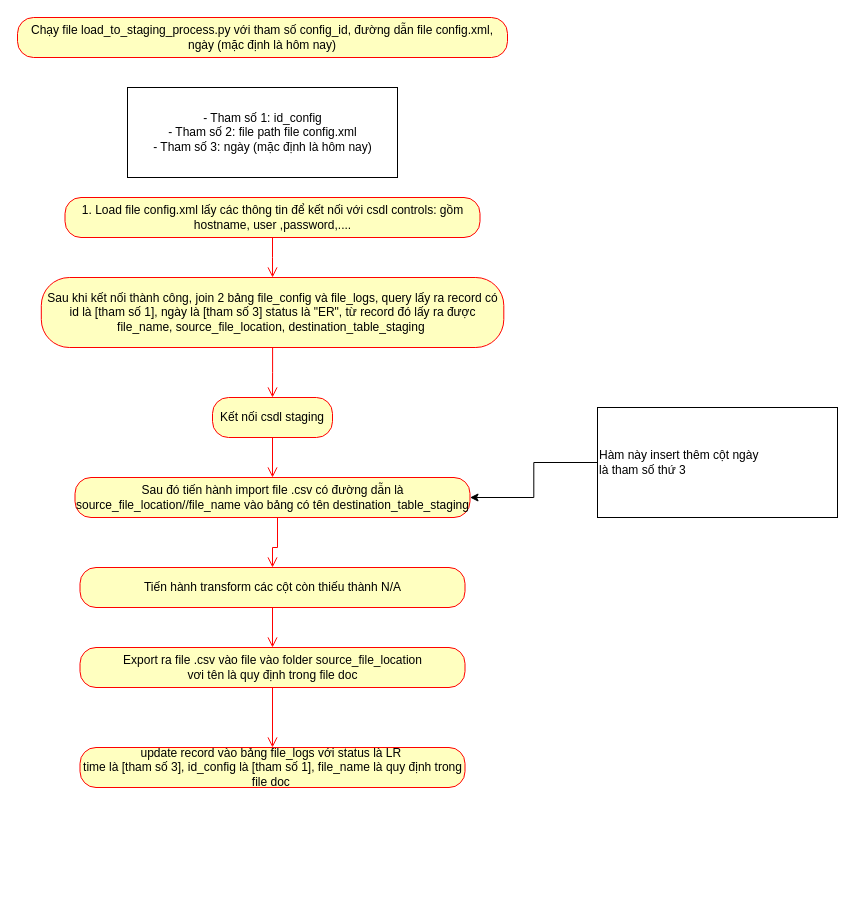
Earlier version of the draw.io diagram page "Load to staging" (3 of 5) of architecture.drawio (million-dollar-dev/nlu-data-warehouse_project). Source tidied: cells renumbered, new cells numbered last; positions are measured from the earlier drawing's top-left corner, leaving out a move shared by most shapes. Both pictures are drawn from the tidied source at 100%, with x=0, y=0 at pixel (17, 17).
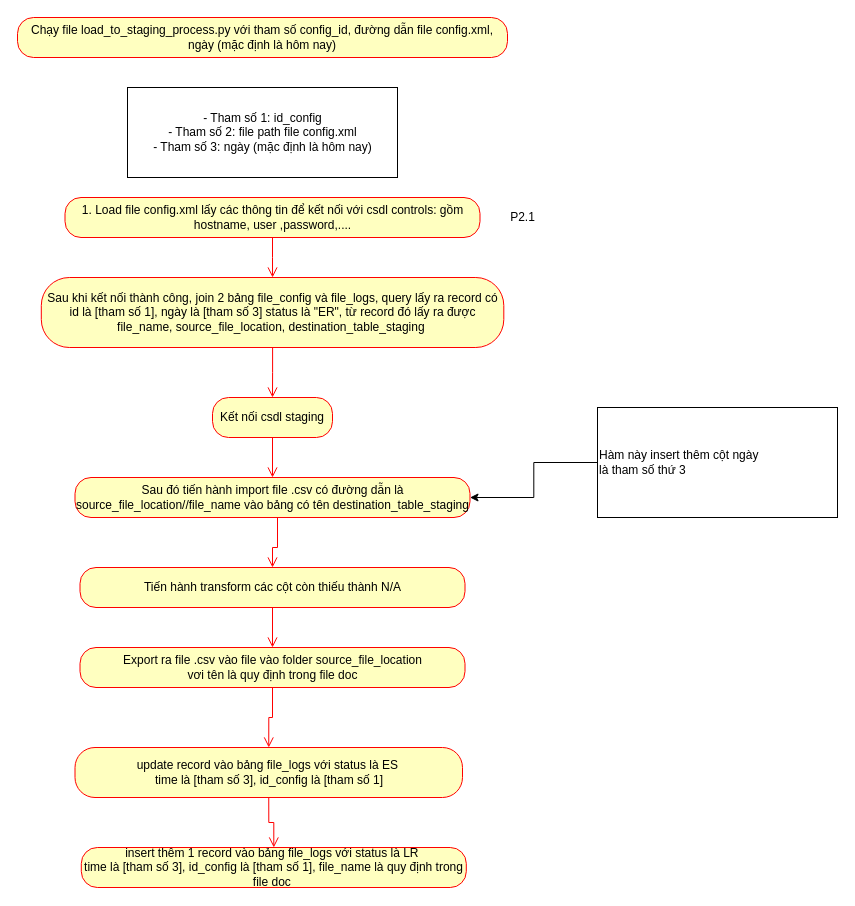
The same page after the edit.

Change to the diagram source:
```diff
@@
-    <mxCell id="17" value="update record vào bảng file_logs với status là LR&amp;nbsp;&lt;br&gt;time là [tham số 3], id_config là [tham số 1], file_name là quy định trong file doc&amp;nbsp;" style="rounded=1;whiteSpace=wrap;html=1;arcSize=40;fontColor=#000000;fillColor=#ffffc0;strokeColor=#ff0000;" parent="1" vertex="1">
-      <mxGeometry x="62.5" y="730" width="385" height="40" as="geometry" />
+    <mxCell id="17" value="update record vào bảng file_logs với status là ES&amp;nbsp;&lt;br&gt;time là [tham số 3], id_config là [tham số 1]" style="rounded=1;whiteSpace=wrap;html=1;arcSize=40;fontColor=#000000;fillColor=#ffffc0;strokeColor=#ff0000;" parent="1" vertex="1">
+      <mxGeometry x="57.5" y="730" width="387.5" height="50" as="geometry" />
     </mxCell>
@@
+    <mxCell id="19" value="P2.1" style="text;html=1;align=center;verticalAlign=middle;strokeColor=none;fillColor=none;" parent="1" vertex="1">
+      <mxGeometry x="480" y="185" width="50" height="30" as="geometry" />
+    </mxCell>
+    <mxCell id="20" value="insert thêm 1 record vào bảng file_logs với status là LR&amp;nbsp;&lt;br&gt;time là [tham số 3], id_config là [tham số 1], file_name là quy định trong file doc&amp;nbsp;" style="rounded=1;whiteSpace=wrap;html=1;arcSize=40;fontColor=#000000;fillColor=#ffffc0;strokeColor=#ff0000;" parent="1" vertex="1">
+      <mxGeometry x="63.8" y="830" width="385" height="40" as="geometry" />
+    </mxCell>
+    <mxCell id="21" style="edgeStyle=orthogonalEdgeStyle;html=1;verticalAlign=bottom;endArrow=open;endSize=8;strokeColor=#ff0000;rounded=0;entryX=0.5;entryY=0;entryDx=0;entryDy=0;exitX=0.5;exitY=1;exitDx=0;exitDy=0;" parent="1" edge="1" source="17" target="20">
+      <mxGeometry relative="1" as="geometry" />
+    </mxCell>
```
